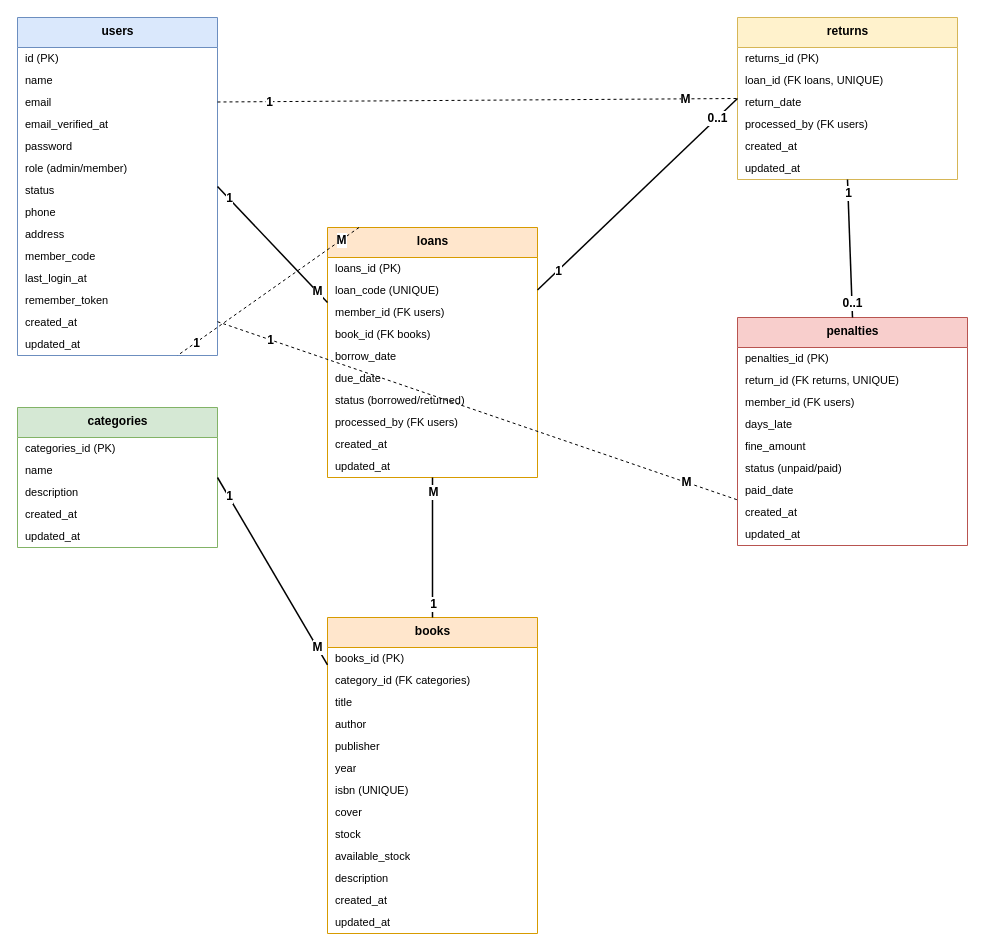
Before: erd-perpustakaan.drawio in firmnware/Laravel10-CRUD-Library-System, a draw.io diagram. Source tidied: cells renumbered, new cells numbered last; positions are measured from the earlier drawing's top-left corner, leaving out a move shared by most shapes. Both pictures are drawn from the tidied source at 100%, with x=0, y=0 at pixel (17, 17).
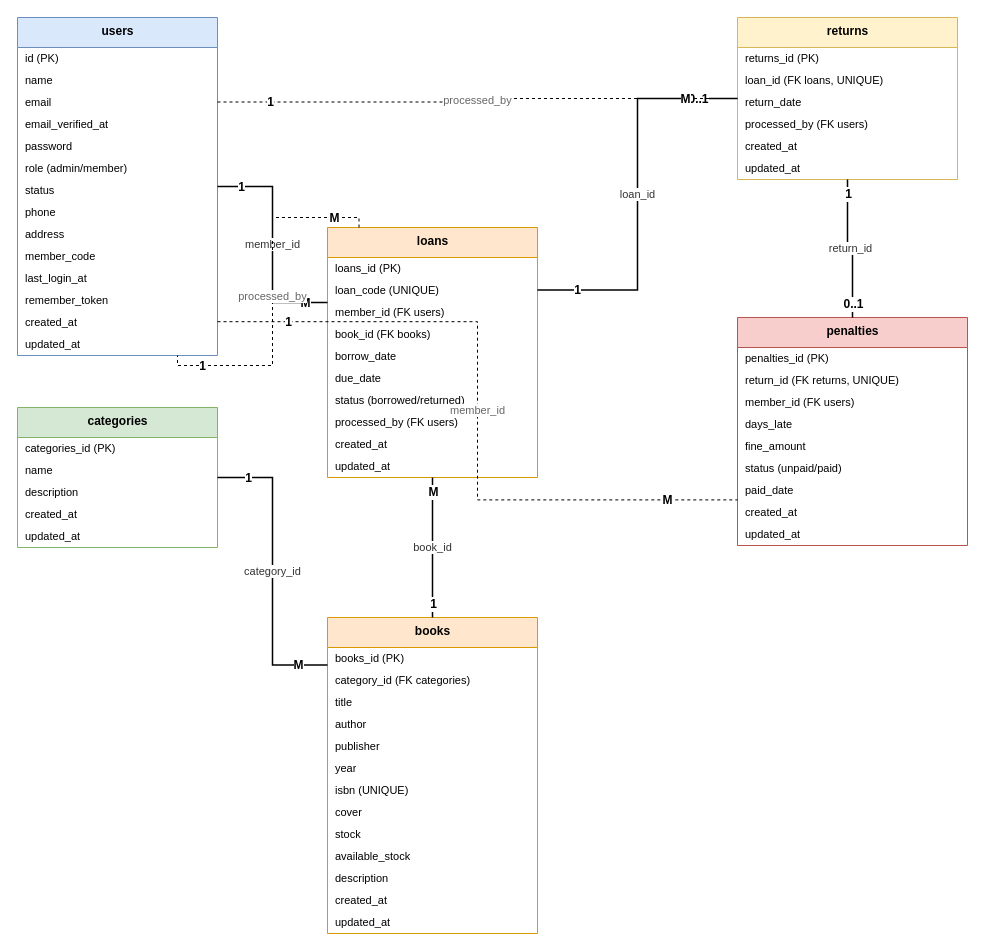
The same diagram, later.

Commit message (it also covers changes not shown here):
Label FK di ringkasan kardinalitas.md dan pada setiap garis relasi ERD drawio

The change refers to these unchanged cells:
```xml
<mxCell id="2" value="users" style="swimlane;fontStyle=1;align=center;verticalAlign=top;horizontal=1;startSize=30;fillColor=#dae8fc;strokeColor=#6c8ebf;html=1;fontSize=12;" parent="1" vertex="1">
  <mxGeometry width="200" height="338" as="geometry" />
</mxCell>
<mxCell id="17" value="categories" style="swimlane;fontStyle=1;align=center;verticalAlign=top;horizontal=1;startSize=30;fillColor=#d5e8d4;strokeColor=#82b366;html=1;fontSize=12;" parent="1" vertex="1">
  <mxGeometry y="390" width="200" height="140" as="geometry" />
</mxCell>
<mxCell id="23" value="loans" style="swimlane;fontStyle=1;align=center;verticalAlign=top;horizontal=1;startSize=30;fillColor=#ffe6cc;strokeColor=#d79b00;html=1;fontSize=12;" parent="1" vertex="1">
  <mxGeometry x="310" y="210" width="210" height="250" as="geometry" />
</mxCell>
<mxCell id="34" value="books" style="swimlane;fontStyle=1;align=center;verticalAlign=top;horizontal=1;startSize=30;fillColor=#ffe6cc;strokeColor=#d79b00;html=1;fontSize=12;" parent="1" vertex="1">
  <mxGeometry x="310" y="600" width="210" height="316" as="geometry" />
</mxCell>
<mxCell id="48" value="returns" style="swimlane;fontStyle=1;align=center;verticalAlign=top;horizontal=1;startSize=30;fillColor=#fff2cc;strokeColor=#d6b656;html=1;fontSize=12;" parent="1" vertex="1">
  <mxGeometry x="720" width="220" height="162" as="geometry" />
</mxCell>
<mxCell id="55" value="penalties" style="swimlane;fontStyle=1;align=center;verticalAlign=top;horizontal=1;startSize=30;fillColor=#f8cecc;strokeColor=#b85450;html=1;fontSize=12;" parent="1" vertex="1">
  <mxGeometry x="720" y="300" width="230" height="228" as="geometry" />
</mxCell>
```

Change to the diagram source:
```diff
@@
-    <mxCell id="65" style="endArrow=none;html=1;rounded=0;exitX=1;exitY=0.5;exitDx=0;exitDy=0;entryX=0;entryY=0.3;entryDx=0;entryDy=0;strokeWidth=1.5;" parent="1" edge="1" source="2" target="23">
+    <mxCell id="65" value="member_id" style="edgeStyle=orthogonalEdgeStyle;endArrow=none;html=1;rounded=0;exitX=1;exitY=0.5;exitDx=0;exitDy=0;entryX=0;entryY=0.3;entryDx=0;entryDy=0;strokeWidth=1.5;fontSize=11;fontColor=#333333;" parent="1" edge="1" source="2" target="23">
       <mxGeometry relative="1" as="geometry" />
     </mxCell>
@@
-    <mxCell id="68" style="endArrow=none;html=1;rounded=0;exitX=1;exitY=0.5;exitDx=0;exitDy=0;entryX=0;entryY=0.15;entryDx=0;entryDy=0;strokeWidth=1.5;" parent="1" edge="1" source="17" target="34">
+    <mxCell id="68" value="category_id" style="edgeStyle=orthogonalEdgeStyle;endArrow=none;html=1;rounded=0;exitX=1;exitY=0.5;exitDx=0;exitDy=0;entryX=0;entryY=0.15;entryDx=0;entryDy=0;strokeWidth=1.5;fontSize=11;fontColor=#333333;" parent="1" edge="1" source="17" target="34">
       <mxGeometry relative="1" as="geometry" />
     </mxCell>
@@
-    <mxCell id="71" style="endArrow=none;html=1;rounded=0;exitX=0.5;exitY=0;exitDx=0;exitDy=0;entryX=0.5;entryY=1;entryDx=0;entryDy=0;strokeWidth=1.5;" parent="1" edge="1" source="34" target="23">
+    <mxCell id="71" value="book_id" style="edgeStyle=orthogonalEdgeStyle;endArrow=none;html=1;rounded=0;exitX=0.5;exitY=0;exitDx=0;exitDy=0;entryX=0.5;entryY=1;entryDx=0;entryDy=0;strokeWidth=1.5;fontSize=11;fontColor=#333333;" parent="1" edge="1" source="34" target="23">
       <mxGeometry relative="1" as="geometry" />
     </mxCell>
@@
-    <mxCell id="74" style="endArrow=none;html=1;rounded=0;exitX=1;exitY=0.25;exitDx=0;exitDy=0;entryX=0;entryY=0.5;entryDx=0;entryDy=0;strokeWidth=1.5;" parent="1" edge="1" source="23" target="48">
+    <mxCell id="74" value="loan_id" style="edgeStyle=orthogonalEdgeStyle;endArrow=none;html=1;rounded=0;exitX=1;exitY=0.25;exitDx=0;exitDy=0;entryX=0;entryY=0.5;entryDx=0;entryDy=0;strokeWidth=1.5;fontSize=11;fontColor=#333333;" parent="1" edge="1" source="23" target="48">
       <mxGeometry relative="1" as="geometry" />
     </mxCell>
@@
-    <mxCell id="77" style="endArrow=none;html=1;rounded=0;exitX=0.5;exitY=1;exitDx=0;exitDy=0;entryX=0.5;entryY=0;entryDx=0;entryDy=0;strokeWidth=1.5;" parent="1" edge="1" source="48" target="55">
+    <mxCell id="77" value="return_id" style="edgeStyle=orthogonalEdgeStyle;endArrow=none;html=1;rounded=0;exitX=0.5;exitY=1;exitDx=0;exitDy=0;entryX=0.5;entryY=0;entryDx=0;entryDy=0;strokeWidth=1.5;fontSize=11;fontColor=#333333;" parent="1" edge="1" source="48" target="55">
       <mxGeometry relative="1" as="geometry" />
     </mxCell>
@@
-    <mxCell id="80" style="endArrow=none;html=1;rounded=0;dashed=1;exitX=1;exitY=0.9;exitDx=0;exitDy=0;entryX=0;entryY=0.8;entryDx=0;entryDy=0;strokeWidth=1;" parent="1" edge="1" source="2" target="55">
+    <mxCell id="80" value="member_id" style="edgeStyle=orthogonalEdgeStyle;endArrow=none;html=1;rounded=0;dashed=1;exitX=1;exitY=0.9;exitDx=0;exitDy=0;entryX=0;entryY=0.8;entryDx=0;entryDy=0;strokeWidth=1;fontSize=11;fontColor=#666666;" parent="1" edge="1" source="2" target="55">
       <mxGeometry relative="1" as="geometry" />
     </mxCell>
@@
-    <mxCell id="83" style="endArrow=none;html=1;rounded=0;dashed=1;exitX=1;exitY=0.25;exitDx=0;exitDy=0;entryX=0;entryY=0.5;entryDx=0;entryDy=0;strokeWidth=1;" parent="1" edge="1" source="2" target="48">
+    <mxCell id="83" value="processed_by" style="edgeStyle=orthogonalEdgeStyle;endArrow=none;html=1;rounded=0;dashed=1;exitX=1;exitY=0.25;exitDx=0;exitDy=0;entryX=0;entryY=0.5;entryDx=0;entryDy=0;strokeWidth=1;fontSize=11;fontColor=#666666;" parent="1" edge="1" source="2" target="48">
       <mxGeometry relative="1" as="geometry" />
     </mxCell>
@@
-    <mxCell id="86" style="endArrow=none;html=1;rounded=0;dashed=1;exitX=0.15;exitY=0;exitDx=0;exitDy=0;entryX=0.8;entryY=1;entryDx=0;entryDy=0;strokeWidth=1;" parent="1" edge="1" source="23" target="2">
+    <mxCell id="86" value="processed_by" style="edgeStyle=orthogonalEdgeStyle;endArrow=none;html=1;rounded=0;dashed=1;exitX=0.15;exitY=0;exitDx=0;exitDy=0;entryX=0.8;entryY=1;entryDx=0;entryDy=0;strokeWidth=1;fontSize=11;fontColor=#666666;" parent="1" edge="1" source="23" target="2">
       <mxGeometry relative="1" as="geometry" />
     </mxCell>
```
